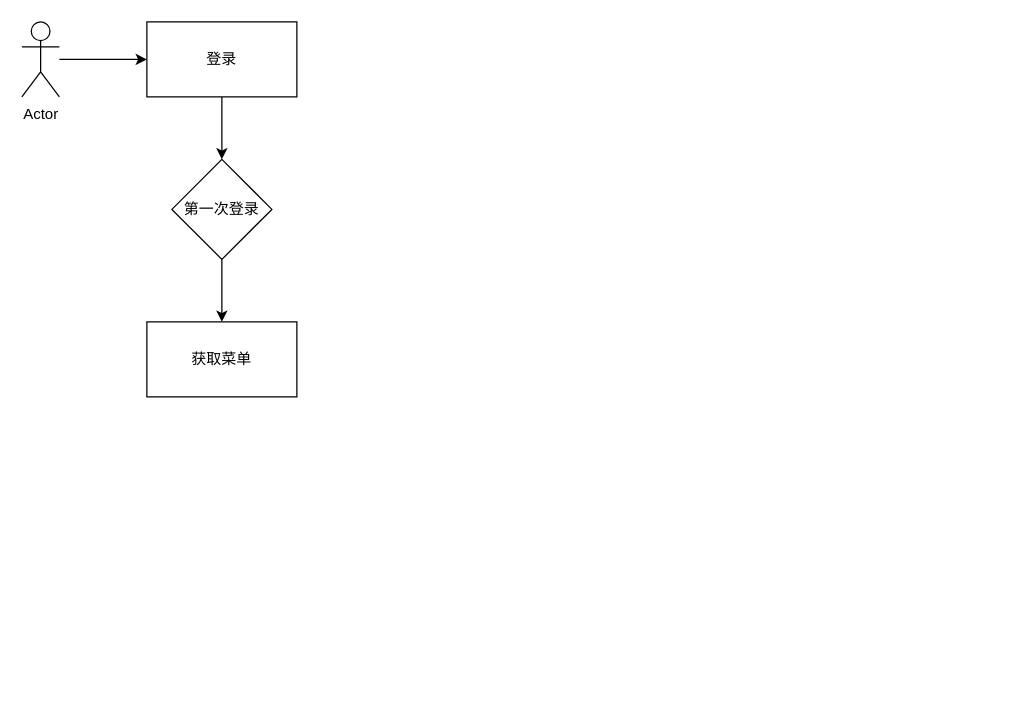
Earlier version of the draw.io diagram 未命名绘图.drawio (GHleefat/draw.io-). Source tidied: cells renumbered, new cells numbered last; positions are measured from the earlier drawing's top-left corner, leaving out a move shared by most shapes. Both pictures are drawn from the tidied source at 125%, with x=0, y=0 at pixel (21, 21).
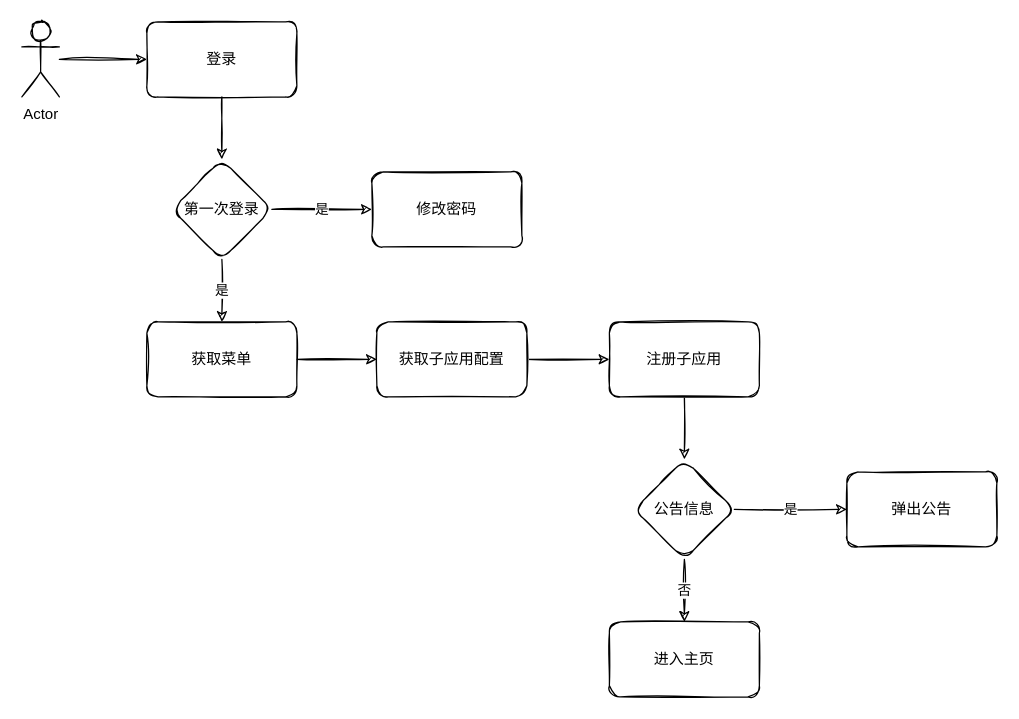
The same page after the edit.

Commit message:
docs: 更新未命名绘图.drawio

What changed in the source:
```diff
@@
-    <mxCell id="2" style="edgeStyle=orthogonalEdgeStyle;jettySize=auto;html=1;" parent="1" edge="1" source="3" target="5">
+    <mxCell id="2" style="edgeStyle=orthogonalEdgeStyle;jettySize=auto;html=1;sketch=1;" parent="1" edge="1" source="3" target="5">
       <mxGeometry relative="1" as="geometry" />
     </mxCell>
-    <mxCell id="3" value="Actor" style="shape=umlActor;verticalLabelPosition=bottom;verticalAlign=top;html=1;outlineConnect=0;" parent="1" vertex="1">
+    <mxCell id="3" value="Actor" style="shape=umlActor;verticalLabelPosition=bottom;verticalAlign=top;html=1;outlineConnect=0;sketch=1;rounded=1;" parent="1" vertex="1">
       <mxGeometry width="30" height="60" as="geometry" />
     </mxCell>
-    <mxCell id="4" style="edgeStyle=orthogonalEdgeStyle;jettySize=auto;html=1;" parent="1" edge="1" source="5" target="7">
+    <mxCell id="4" style="edgeStyle=orthogonalEdgeStyle;jettySize=auto;html=1;sketch=1;" parent="1" edge="1" source="5" target="7">
       <mxGeometry relative="1" as="geometry" />
     </mxCell>
-    <mxCell id="5" value="登录" style="whiteSpace=wrap;html=1;" parent="1" vertex="1">
+    <mxCell id="5" value="登录" style="whiteSpace=wrap;html=1;sketch=1;rounded=1;" parent="1" vertex="1">
       <mxGeometry x="100" width="120" height="60" as="geometry" />
     </mxCell>
-    <mxCell id="6" style="edgeStyle=orthogonalEdgeStyle;jettySize=auto;html=1;" parent="1" edge="1" source="7" target="8">
+    <mxCell id="6" value="是" style="edgeStyle=orthogonalEdgeStyle;jettySize=auto;html=1;sketch=1;" parent="1" edge="1" source="7" target="8">
       <mxGeometry relative="1" as="geometry" />
     </mxCell>
+    <mxCell id="9" value="是" style="edgeStyle=orthogonalEdgeStyle;jettySize=auto;html=1;sketch=1;" parent="1" edge="1" source="7" target="11">
+      <mxGeometry relative="1" as="geometry" />
+    </mxCell>
-    <mxCell id="7" value="第一次登录" style="rhombus;whiteSpace=wrap;html=1;" parent="1" vertex="1">
+    <mxCell id="7" value="第一次登录" style="rhombus;whiteSpace=wrap;html=1;sketch=1;rounded=1;" parent="1" vertex="1">
       <mxGeometry x="120" y="110" width="80" height="80" as="geometry" />
     </mxCell>
+    <mxCell id="10" style="edgeStyle=orthogonalEdgeStyle;jettySize=auto;html=1;sketch=1;" parent="1" edge="1" source="8" target="13">
+      <mxGeometry relative="1" as="geometry" />
+    </mxCell>
-    <mxCell id="8" value="获取菜单" style="whiteSpace=wrap;html=1;" parent="1" vertex="1">
+    <mxCell id="8" value="获取菜单" style="whiteSpace=wrap;html=1;sketch=1;rounded=1;" parent="1" vertex="1">
       <mxGeometry x="100" y="240" width="120" height="60" as="geometry" />
     </mxCell>
+    <mxCell id="11" value="修改密码" style="whiteSpace=wrap;html=1;sketch=1;rounded=1;" parent="1" vertex="1">
+      <mxGeometry x="280" y="120" width="120" height="60" as="geometry" />
+    </mxCell>
+    <mxCell id="12" style="edgeStyle=orthogonalEdgeStyle;jettySize=auto;html=1;sketch=1;" parent="1" edge="1" source="13" target="15">
+      <mxGeometry relative="1" as="geometry" />
+    </mxCell>
+    <mxCell id="13" value="获取子应用配置" style="whiteSpace=wrap;html=1;sketch=1;rounded=1;" parent="1" vertex="1">
+      <mxGeometry x="284" y="240" width="120" height="60" as="geometry" />
+    </mxCell>
+    <mxCell id="14" style="edgeStyle=orthogonalEdgeStyle;jettySize=auto;html=1;sketch=1;" parent="1" edge="1" source="15" target="18">
+      <mxGeometry relative="1" as="geometry" />
+    </mxCell>
+    <mxCell id="15" value="注册子应用" style="whiteSpace=wrap;html=1;sketch=1;rounded=1;" parent="1" vertex="1">
+      <mxGeometry x="470" y="240" width="120" height="60" as="geometry" />
+    </mxCell>
+    <mxCell id="16" value="是" style="edgeStyle=orthogonalEdgeStyle;jettySize=auto;html=1;sketch=1;" parent="1" edge="1" source="18" target="19">
+      <mxGeometry relative="1" as="geometry" />
+    </mxCell>
+    <mxCell id="17" value="否" style="edgeStyle=orthogonalEdgeStyle;jettySize=auto;html=1;sketch=1;" parent="1" edge="1" source="18" target="20">
+      <mxGeometry relative="1" as="geometry" />
+    </mxCell>
+    <mxCell id="18" value="公告信息" style="rhombus;whiteSpace=wrap;html=1;sketch=1;rounded=1;" parent="1" vertex="1">
+      <mxGeometry x="490" y="350" width="80" height="80" as="geometry" />
+    </mxCell>
+    <mxCell id="19" value="弹出公告" style="whiteSpace=wrap;html=1;sketch=1;rounded=1;" parent="1" vertex="1">
+      <mxGeometry x="660" y="360" width="120" height="60" as="geometry" />
+    </mxCell>
+    <mxCell id="20" value="进入主页" style="whiteSpace=wrap;html=1;sketch=1;rounded=1;" parent="1" vertex="1">
+      <mxGeometry x="470" y="480" width="120" height="60" as="geometry" />
+    </mxCell>
```
